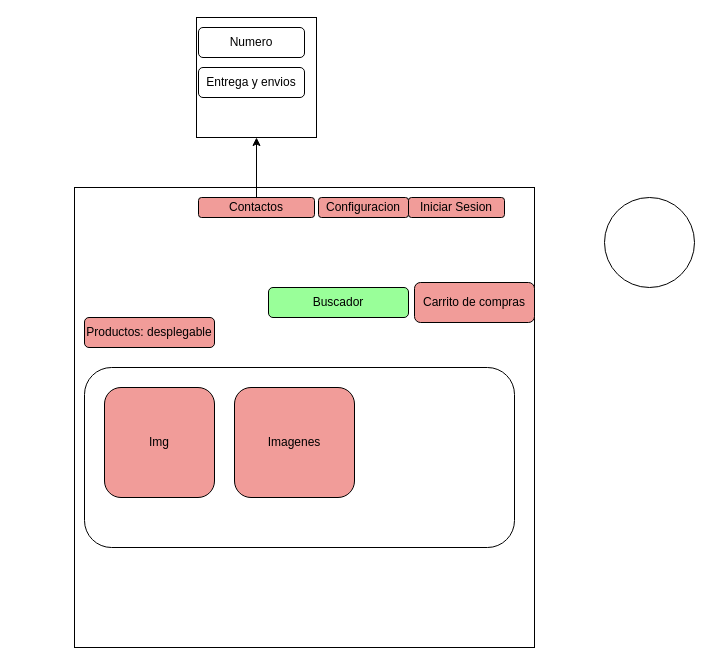
The draw.io diagram public/Web0.drawio in Estalin1412/Udemy_portafolioWeb, before the edit. Source tidied: cells renumbered, new cells numbered last; positions are measured from the earlier drawing's top-left corner, leaving out a move shared by most shapes. Both pictures are drawn from the tidied source at 100%, with x=0, y=0 at pixel (74, 17).
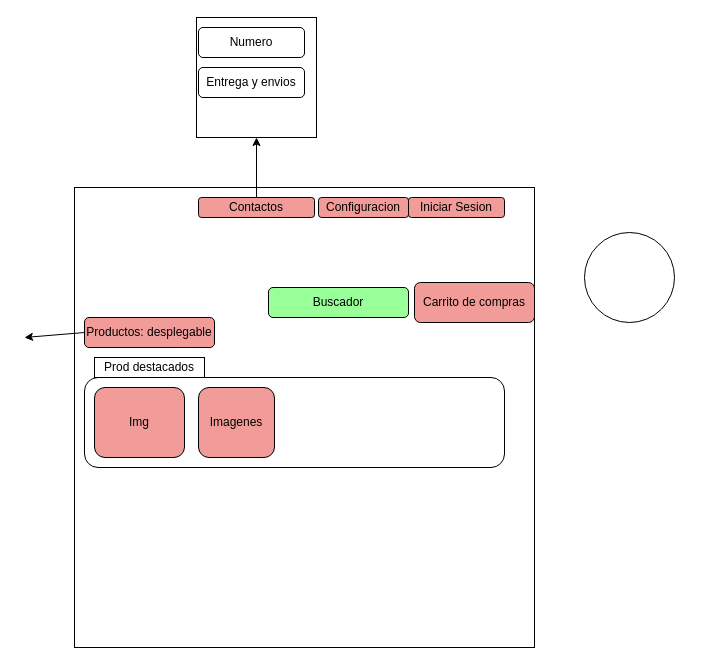
Above is the later version.

What changed in the source:
```diff
@@
 <mxGraphModel>
   <root>
     <mxCell id="0" />
     <mxCell id="1" parent="0" />
     <mxCell id="2" style="whiteSpace=wrap;html=1;" parent="1" vertex="1">
       <mxGeometry y="170" width="460" height="460" as="geometry" />
     </mxCell>
     <mxCell id="3" value="Iniciar Sesion" style="rounded=1;whiteSpace=wrap;html=1;fillColor=#F19C99;" parent="1" vertex="1">
       <mxGeometry x="334" y="180" width="96" height="20" as="geometry" />
     </mxCell>
     <mxCell id="4" value="Buscador" style="rounded=1;whiteSpace=wrap;html=1;fillColor=#99FF99;" parent="1" vertex="1">
       <mxGeometry x="194" y="270" width="140" height="30" as="geometry" />
     </mxCell>
     <mxCell id="5" value="Carrito de compras" style="rounded=1;whiteSpace=wrap;html=1;fillColor=#F19C99;" parent="1" vertex="1">
       <mxGeometry x="340" y="265" width="120" height="40" as="geometry" />
     </mxCell>
     <mxCell id="6" value="Productos: desplegable" style="rounded=1;whiteSpace=wrap;html=1;fillColor=#F19C99;" parent="1" vertex="1">
       <mxGeometry x="10" y="300" width="130" height="30" as="geometry" />
     </mxCell>
     <mxCell id="7" value="Configuracion" style="rounded=1;whiteSpace=wrap;html=1;fillColor=#F19C99;" parent="1" vertex="1">
       <mxGeometry x="244" y="180" width="90" height="20" as="geometry" />
     </mxCell>
     <mxCell id="8" value="Contactos" style="rounded=1;whiteSpace=wrap;html=1;fillColor=#F19C99;" parent="1" vertex="1">
       <mxGeometry x="124" y="180" width="116" height="20" as="geometry" />
     </mxCell>
     <mxCell id="9" style="endArrow=classic;html=1;rounded=0;exitX=0.5;exitY=0;exitDx=0;exitDy=0;" parent="1" edge="1" source="8" target="10">
       <mxGeometry relative="1" as="geometry" />
     </mxCell>
     <mxCell id="10" style="rounded=0;whiteSpace=wrap;html=1;" parent="1" vertex="1">
       <mxGeometry x="122" width="120" height="120" as="geometry" />
     </mxCell>
     <mxCell id="11" value="Numero" style="rounded=1;whiteSpace=wrap;html=1;" parent="1" vertex="1">
       <mxGeometry x="124" y="10" width="106" height="30" as="geometry" />
     </mxCell>
     <mxCell id="12" value="Entrega y envios" style="rounded=1;whiteSpace=wrap;html=1;" parent="1" vertex="1">
       <mxGeometry x="124" y="50" width="106" height="30" as="geometry" />
     </mxCell>
     <mxCell id="13" style="rounded=1;whiteSpace=wrap;html=1;" parent="1" vertex="1">
-      <mxGeometry x="10" y="350" width="430" height="180" as="geometry" />
+      <mxGeometry x="10" y="360" width="420" height="90" as="geometry" />
     </mxCell>
     <mxCell id="14" value="Img" style="rounded=1;whiteSpace=wrap;html=1;fillColor=#F19C99;" parent="1" vertex="1">
-      <mxGeometry x="30" y="370" width="110" height="110" as="geometry" />
+      <mxGeometry x="20" y="370" width="90" height="70" as="geometry" />
     </mxCell>
     <mxCell id="15" value="Imagenes" style="rounded=1;whiteSpace=wrap;html=1;fillColor=#F19C99;" parent="1" vertex="1">
-      <mxGeometry x="160" y="370" width="120" height="110" as="geometry" />
+      <mxGeometry x="124" y="370" width="76" height="70" as="geometry" />
     </mxCell>
     <mxCell id="16" style="ellipse;whiteSpace=wrap;html=1;" parent="1" vertex="1">
-      <mxGeometry x="530" y="180" width="90" height="90" as="geometry" />
+      <mxGeometry x="510" y="215" width="90" height="90" as="geometry" />
     </mxCell>
+    <mxCell id="17" value="Prod destacados" style="rounded=0;whiteSpace=wrap;html=1;" parent="1" vertex="1">
+      <mxGeometry x="20" y="340" width="110" height="20" as="geometry" />
+    </mxCell>
+    <mxCell id="18" style="endArrow=classic;html=1;rounded=0;exitX=0;exitY=0.5;exitDx=0;exitDy=0;" parent="1" edge="1" source="6">
+      <mxGeometry relative="1" as="geometry">
+        <mxPoint x="-50" y="320" as="targetPoint" />
+      </mxGeometry>
+    </mxCell>
   </root>
 </mxGraphModel>
```
